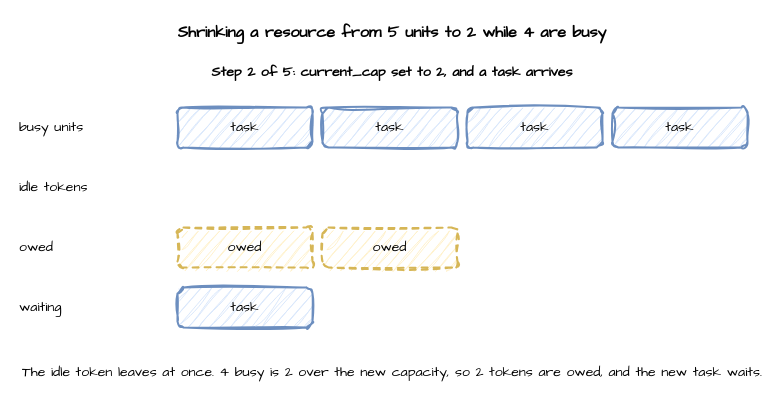
The draw.io diagram page "step 2" (2 of 5) of docs/assets/diagrams/resource-shrink.drawio in jaehyeon-kim/desflow, before the edit. Source tidied: cells renumbered, new cells numbered last; positions are measured from the earlier drawing's top-left corner, leaving out a move shared by most shapes. Both pictures are drawn from the tidied source at 100%, with x=0, y=0 at pixel (17, 17).
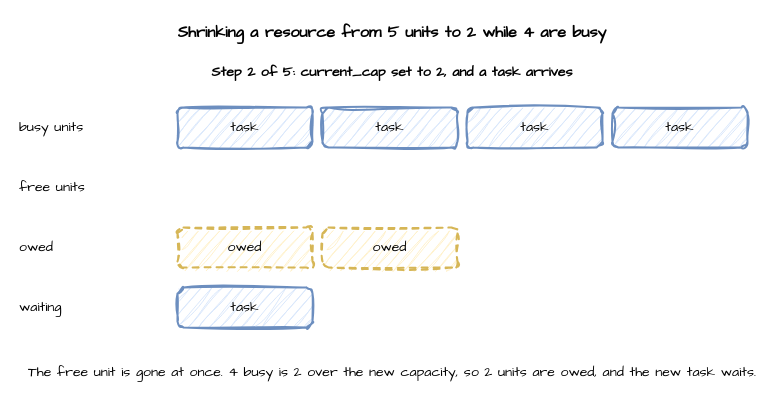
The same page after the edit.

The edit, as a diff of the source:
```diff
@@
 <mxGraphModel>
   <root>
     <mxCell id="0" />
     <mxCell id="1" parent="0" />
     <mxCell id="2" value="Shrinking a resource from 5 units to 2 while 4 are busy" style="text;html=1;align=center;verticalAlign=middle;whiteSpace=wrap;fontFamily=Comic Sans MS;fontSize=16;fontStyle=1;" parent="1" vertex="1">
       <mxGeometry width="750" height="30" as="geometry" />
     </mxCell>
     <mxCell id="3" value="Step 2 of 5: current_cap set to 2, and a task arrives" style="text;html=1;align=center;verticalAlign=middle;whiteSpace=wrap;html=1;sketch=1;curveFitting=1;jiggle=2;fontFamily=Comic Sans MS;fontSize=14;fontStyle=1;" parent="1" vertex="1">
       <mxGeometry y="40" width="750" height="30" as="geometry" />
     </mxCell>
     <mxCell id="4" value="busy units" style="text;html=1;align=center;verticalAlign=middle;whiteSpace=wrap;html=1;sketch=1;curveFitting=1;jiggle=2;fontFamily=Comic Sans MS;fontSize=14;align=left;" parent="1" vertex="1">
       <mxGeometry y="90" width="120" height="40" as="geometry" />
     </mxCell>
     <mxCell id="5" value="task" style="rounded=1;whiteSpace=wrap;html=1;sketch=1;curveFitting=1;jiggle=2;fontFamily=Comic Sans MS;fontSize=14;fillColor=#dae8fc;strokeColor=#6c8ebf;strokeWidth=2;" parent="1" vertex="1">
       <mxGeometry x="160" y="90" width="135" height="40" as="geometry" />
     </mxCell>
     <mxCell id="6" value="task" style="rounded=1;whiteSpace=wrap;html=1;sketch=1;curveFitting=1;jiggle=2;fontFamily=Comic Sans MS;fontSize=14;fillColor=#dae8fc;strokeColor=#6c8ebf;strokeWidth=2;" parent="1" vertex="1">
       <mxGeometry x="305" y="90" width="135" height="40" as="geometry" />
     </mxCell>
     <mxCell id="7" value="task" style="rounded=1;whiteSpace=wrap;html=1;sketch=1;curveFitting=1;jiggle=2;fontFamily=Comic Sans MS;fontSize=14;fillColor=#dae8fc;strokeColor=#6c8ebf;strokeWidth=2;" parent="1" vertex="1">
       <mxGeometry x="450" y="90" width="135" height="40" as="geometry" />
     </mxCell>
     <mxCell id="8" value="task" style="rounded=1;whiteSpace=wrap;html=1;sketch=1;curveFitting=1;jiggle=2;fontFamily=Comic Sans MS;fontSize=14;fillColor=#dae8fc;strokeColor=#6c8ebf;strokeWidth=2;" parent="1" vertex="1">
       <mxGeometry x="595" y="90" width="135" height="40" as="geometry" />
     </mxCell>
-    <mxCell id="9" value="idle tokens" style="text;html=1;align=center;verticalAlign=middle;whiteSpace=wrap;html=1;sketch=1;curveFitting=1;jiggle=2;fontFamily=Comic Sans MS;fontSize=14;align=left;" parent="1" vertex="1">
+    <mxCell id="9" value="free units" style="text;html=1;align=center;verticalAlign=middle;whiteSpace=wrap;html=1;sketch=1;curveFitting=1;jiggle=2;fontFamily=Comic Sans MS;fontSize=14;align=left;" parent="1" vertex="1">
       <mxGeometry y="150" width="120" height="40" as="geometry" />
     </mxCell>
     <mxCell id="10" value="owed" style="text;html=1;align=center;verticalAlign=middle;whiteSpace=wrap;html=1;sketch=1;curveFitting=1;jiggle=2;fontFamily=Comic Sans MS;fontSize=14;align=left;" parent="1" vertex="1">
       <mxGeometry y="210" width="120" height="40" as="geometry" />
     </mxCell>
     <mxCell id="11" value="owed" style="rounded=1;whiteSpace=wrap;html=1;sketch=1;curveFitting=1;jiggle=2;fontFamily=Comic Sans MS;fontSize=14;fillColor=#fff2cc;strokeColor=#d6b656;strokeWidth=2;dashed=1;" parent="1" vertex="1">
       <mxGeometry x="160" y="210" width="135" height="40" as="geometry" />
     </mxCell>
     <mxCell id="12" value="owed" style="rounded=1;whiteSpace=wrap;html=1;sketch=1;curveFitting=1;jiggle=2;fontFamily=Comic Sans MS;fontSize=14;fillColor=#fff2cc;strokeColor=#d6b656;strokeWidth=2;dashed=1;" parent="1" vertex="1">
       <mxGeometry x="305" y="210" width="135" height="40" as="geometry" />
     </mxCell>
     <mxCell id="13" value="waiting" style="text;html=1;align=center;verticalAlign=middle;whiteSpace=wrap;html=1;sketch=1;curveFitting=1;jiggle=2;fontFamily=Comic Sans MS;fontSize=14;align=left;" parent="1" vertex="1">
       <mxGeometry y="270" width="120" height="40" as="geometry" />
     </mxCell>
     <mxCell id="14" value="task" style="rounded=1;whiteSpace=wrap;html=1;sketch=1;curveFitting=1;jiggle=2;fontFamily=Comic Sans MS;fontSize=14;fillColor=#dae8fc;strokeColor=#6c8ebf;strokeWidth=2;" parent="1" vertex="1">
       <mxGeometry x="160" y="270" width="135" height="40" as="geometry" />
     </mxCell>
-    <mxCell id="15" value="The idle token leaves at once. 4 busy is 2 over the new capacity, so 2 tokens are owed, and the new task waits." style="text;html=1;align=center;verticalAlign=middle;whiteSpace=wrap;html=1;sketch=1;curveFitting=1;jiggle=2;fontFamily=Comic Sans MS;fontSize=14;" parent="1" vertex="1">
+    <mxCell id="15" value="The free unit is gone at once. 4 busy is 2 over the new capacity, so 2 units are owed, and the new task waits." style="text;html=1;align=center;verticalAlign=middle;whiteSpace=wrap;html=1;sketch=1;curveFitting=1;jiggle=2;fontFamily=Comic Sans MS;fontSize=14;" parent="1" vertex="1">
       <mxGeometry y="330" width="750" height="50" as="geometry" />
     </mxCell>
   </root>
 </mxGraphModel>
```
